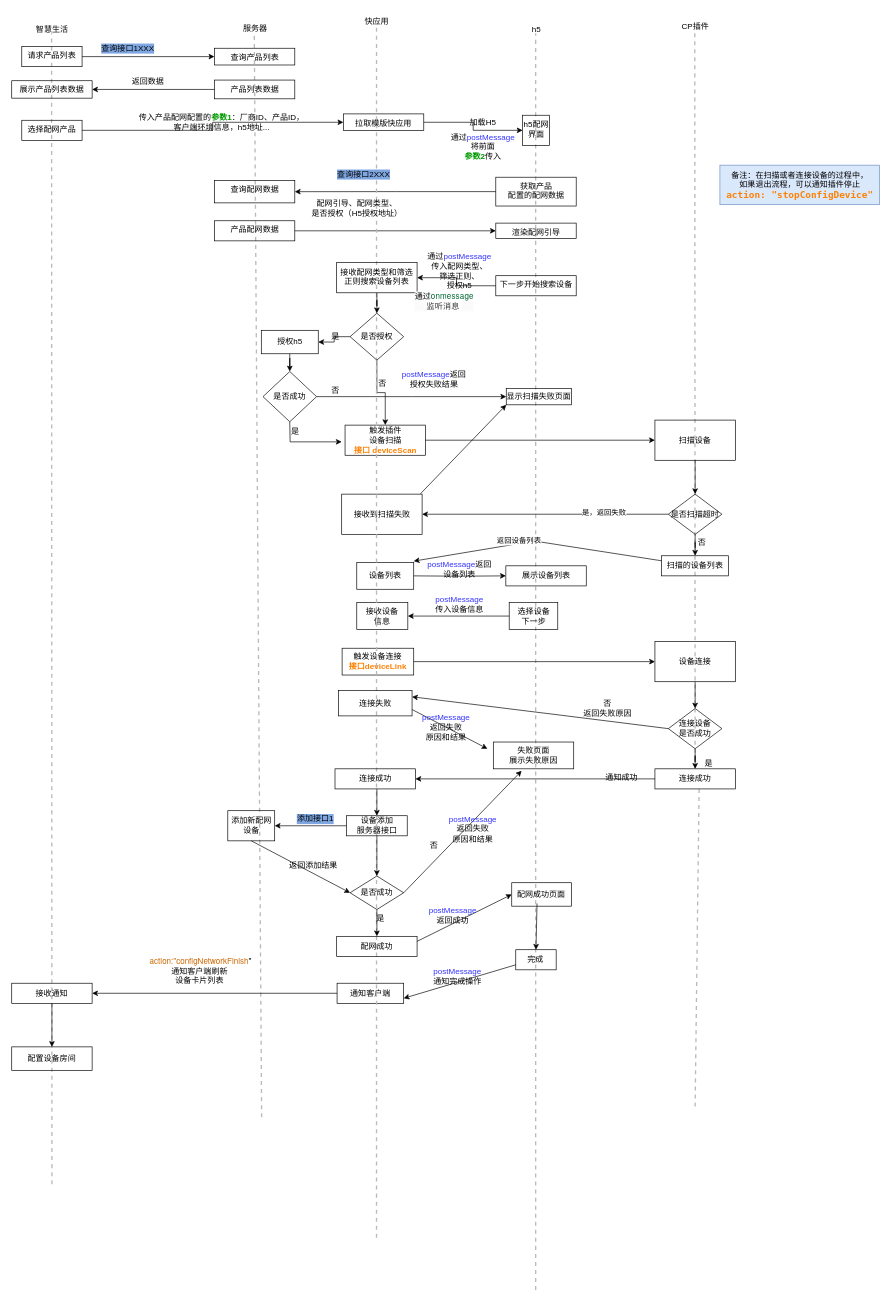
This is page "配网流程+插件" (3 of 5) of 流程图.drawio from xili95/liuChengTu, a draw.io file, before an edit. Source tidied: cells renumbered, new cells numbered last; positions are measured from the earlier drawing's top-left corner, leaving out a move shared by most shapes. Both pictures are drawn from the tidied source at 67%, with x=0, y=0 at pixel (11, 11).
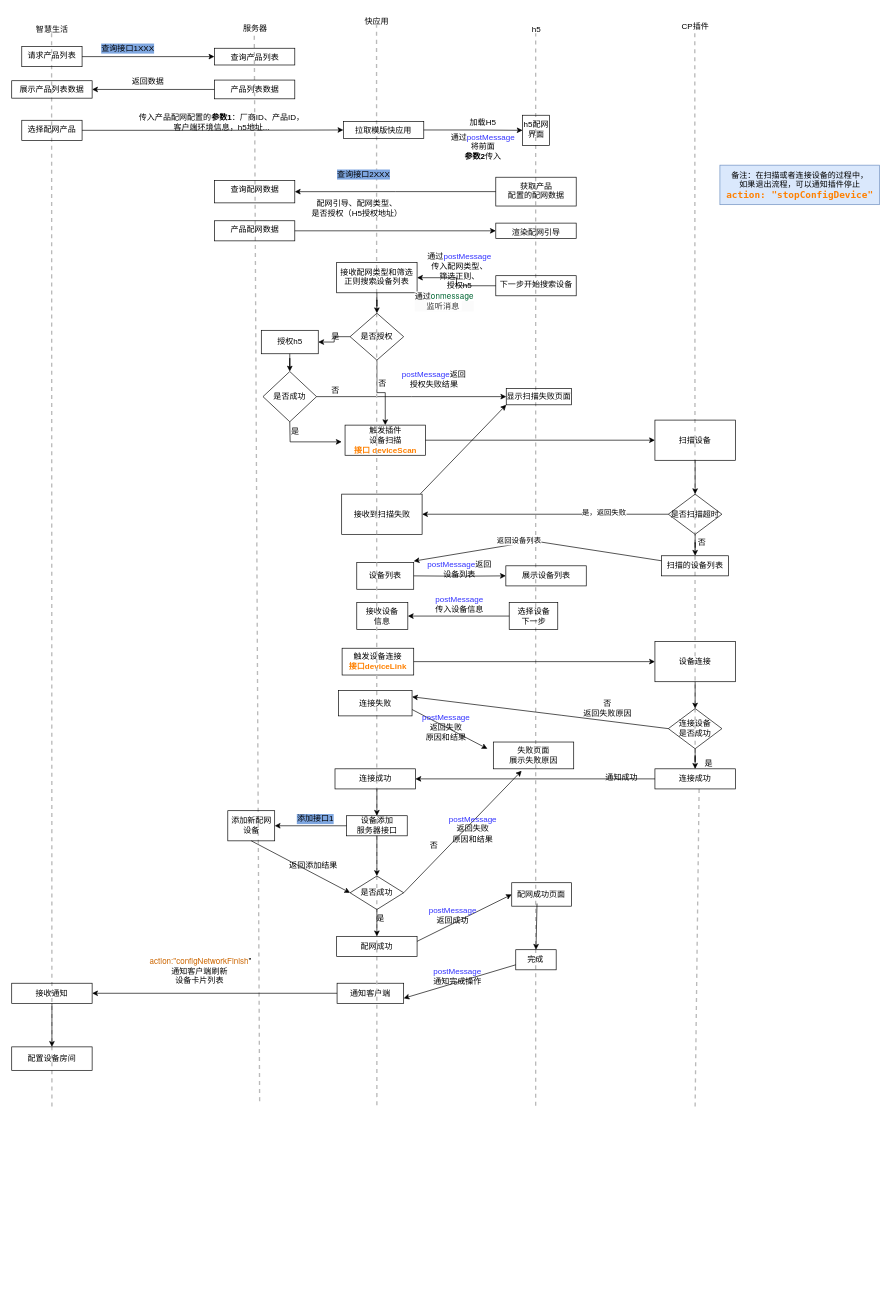
The same diagram, later.

Commit message (it also covers changes not shown here):
更新流程图.drawio

The change refers to these unchanged cells:
```xml
<mxCell id="2" style="group;" parent="1" vertex="1">
  <mxGeometry x="25" y="12" width="95" height="534" as="geometry" />
</mxCell>
<mxCell id="8" style="group;align=center;" parent="1" vertex="1">
  <mxGeometry x="332.5" y="10" width="230" height="536" as="geometry" />
</mxCell>
<mxCell id="16" style="group;" parent="1" vertex="1">
  <mxGeometry x="762.5" y="12" width="105" height="1418" as="geometry" />
</mxCell>
```

What changed in the source:
```diff
@@
     <mxCell id="4" style="endArrow=none;dashed=1;html=1;strokeWidth=2;rounded=0;fontFamily=Helvetica;fontSize=12;fontColor=default;entryX=0.55;entryY=0.867;entryDx=0;entryDy=0;entryPerimeter=0;strokeColor=light-dark(#bababa, #EDEDED);" parent="2" edge="1">
       <mxGeometry relative="1" as="geometry">
-        <mxPoint x="35" y="1738" as="sourcePoint" />
+        <mxPoint x="35" y="1622" as="sourcePoint" />
         <mxPoint x="34.5" y="20" as="targetPoint" />
       </mxGeometry>
     </mxCell>
@@
     <mxCell id="10" style="endArrow=none;dashed=1;html=1;strokeWidth=2;rounded=0;fontFamily=Helvetica;fontSize=12;fontColor=default;entryX=0.55;entryY=0.867;entryDx=0;entryDy=0;entryPerimeter=0;strokeColor=light-dark(#bababa, #EDEDED);" parent="8" edge="1">
       <mxGeometry relative="1" as="geometry">
-        <mxPoint x="40.5" y="1640" as="sourcePoint" />
+        <mxPoint x="37.5" y="1616" as="sourcePoint" />
         <mxPoint x="29.5" y="22" as="targetPoint" />
       </mxGeometry>
     </mxCell>
@@
     <mxCell id="17" style="endArrow=none;dashed=1;html=1;strokeWidth=2;rounded=0;fontFamily=Helvetica;fontSize=12;fontColor=default;entryX=0.55;entryY=0.867;entryDx=0;entryDy=0;entryPerimeter=0;strokeColor=light-dark(#bababa, #EDEDED);" parent="16" edge="1">
       <mxGeometry relative="1" as="geometry">
-        <mxPoint x="19.5" y="1896" as="sourcePoint" />
+        <mxPoint x="19.5" y="1621" as="sourcePoint" />
         <mxPoint x="19.5" y="20" as="targetPoint" />
       </mxGeometry>
     </mxCell>
@@
-    <mxCell id="29" value="传入产品配网配置的&lt;font style=&quot;color: rgb(0, 153, 0);&quot;&gt;&lt;b&gt;参数1&lt;/b&gt;&lt;/font&gt;：厂商ID、产品ID，&lt;div&gt;客户端环境信息，h5地址...&lt;/div&gt;" style="text;html=1;align=center;verticalAlign=middle;strokeColor=none;fillColor=none;fontFamily=Helvetica;fontSize=12;fontColor=default;" parent="1" vertex="1">
-      <mxGeometry x="177.5" y="145" width="270" height="40" as="geometry" />
+    <mxCell id="29" value="传入产品配网配置的&lt;font style=&quot;color: rgb(0, 0, 0);&quot;&gt;&lt;b style=&quot;&quot;&gt;参数1&lt;/b&gt;&lt;/font&gt;：厂商ID、产品ID，&lt;div&gt;客户端环境信息，h5地址...&lt;/div&gt;" style="text;html=1;align=center;verticalAlign=middle;strokeColor=none;fillColor=none;fontFamily=Helvetica;fontSize=12;fontColor=default;" parent="1" vertex="1">
+      <mxGeometry x="179.5" y="144" width="266" height="42" as="geometry" />
     </mxCell>
@@
-    <mxCell id="32" value="通过&lt;font style=&quot;color: rgb(51, 51, 255);&quot;&gt;postMessage&lt;/font&gt;&lt;div&gt;将前面&lt;div&gt;&lt;font style=&quot;color: rgb(0, 153, 0);&quot;&gt;&lt;b&gt;参数2&lt;/b&gt;&lt;/font&gt;传入&lt;/div&gt;&lt;/div&gt;" style="text;html=1;align=center;verticalAlign=middle;strokeColor=none;fillColor=none;fontFamily=Helvetica;fontSize=12;fontColor=default;" parent="1" vertex="1">
-      <mxGeometry x="642.5" y="172" width="120" height="60" as="geometry" />
+    <mxCell id="32" value="通过&lt;font style=&quot;color: rgb(51, 51, 255);&quot;&gt;postMessage&lt;/font&gt;&lt;div&gt;将前面&lt;div&gt;&lt;font style=&quot;color: rgb(0, 0, 0);&quot;&gt;&lt;b style=&quot;&quot;&gt;参数2&lt;/b&gt;&lt;/font&gt;传入&lt;/div&gt;&lt;/div&gt;" style="text;html=1;align=center;verticalAlign=middle;strokeColor=none;fillColor=none;fontFamily=Helvetica;fontSize=12;fontColor=default;" parent="1" vertex="1">
+      <mxGeometry x="645.5" y="174" width="114" height="56" as="geometry" />
     </mxCell>
@@
     <mxCell id="96" style="endArrow=none;dashed=1;html=1;strokeWidth=2;rounded=0;fontFamily=Helvetica;fontSize=12;fontColor=default;entryX=0.55;entryY=0.867;entryDx=0;entryDy=0;entryPerimeter=0;strokeColor=light-dark(#bababa, #EDEDED);" parent="1" edge="1">
       <mxGeometry relative="1" as="geometry">
-        <mxPoint x="544.5" y="1830" as="sourcePoint" />
+        <mxPoint x="545" y="1632" as="sourcePoint" />
         <mxPoint x="544.5" y="20" as="targetPoint" />
       </mxGeometry>
     </mxCell>
@@
     <mxCell id="98" value="拉取模版快应用" style="whiteSpace=wrap;html=1;verticalAlign=top;fillColor=none;gradientColor=none;" parent="1" vertex="1">
-      <mxGeometry x="495" y="152.5" width="120" height="25" as="geometry" />
+      <mxGeometry x="495" y="164" width="120" height="25" as="geometry" />
     </mxCell>
```
